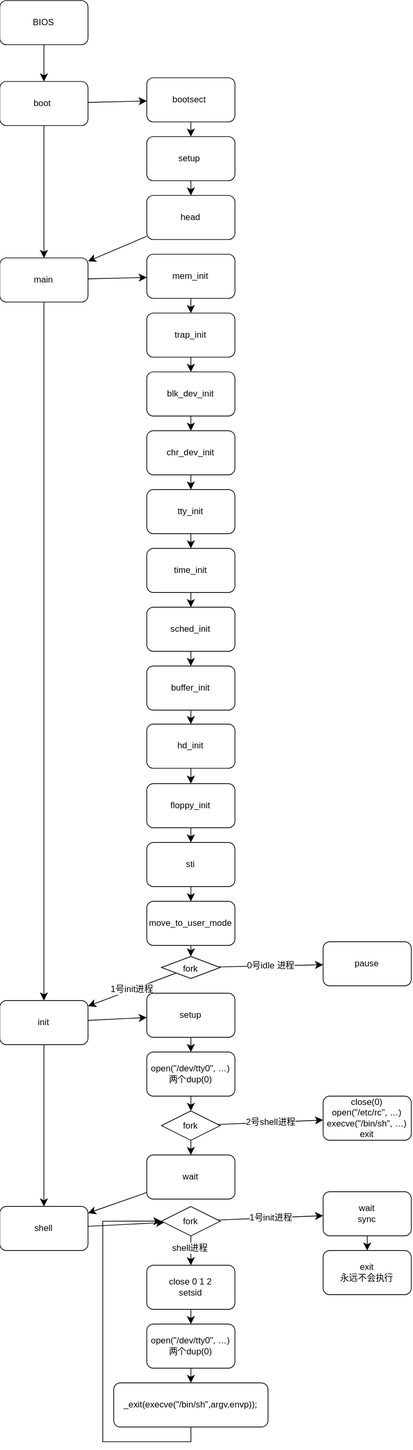
This is Linux 0.11启动流程.drawio.svg from chenxi829/draw_many_pic, a draw.io export, as it was before one commit. Source tidied: cells renumbered, new cells last; positions are measured from the earlier drawing's top-left corner, leaving out a move shared by most shapes.
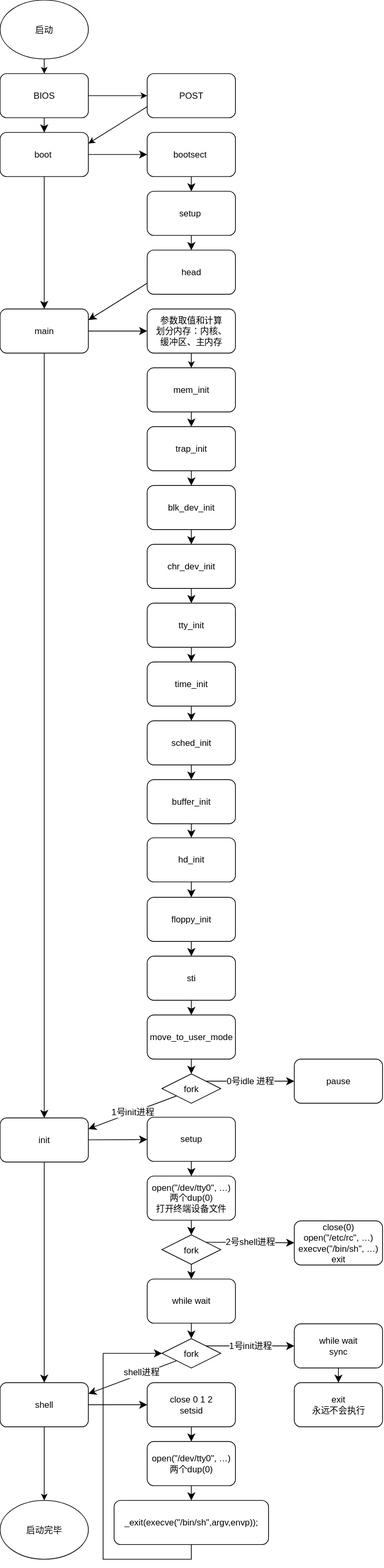
The same file after the commit.

The edit, as a diff of the source:
```diff
@@ -3,6 +3,5 @@
     <mxCell id="0" />
-    <mxCell id="1" parent="0" />
     <mxCell id="2" value="总流程" parent="0" />
     <mxCell id="3" value="BIOS" style="rounded=1;whiteSpace=wrap;html=1;" parent="2" vertex="1">
-      <mxGeometry width="120" height="60" as="geometry" />
+      <mxGeometry x="380" y="290" width="120" height="60" as="geometry" />
     </mxCell>
@@ -11,3 +10,3 @@
     </mxCell>
-    <mxCell id="5" style="rounded=0;jettySize=auto;html=1;fontSize=12;startSize=8;endSize=8;" parent="2" edge="1" source="10" target="13">
+    <mxCell id="5" style="rounded=0;jettySize=auto;html=1;fontSize=12;startSize=8;endSize=8;exitX=0;exitY=0.75;exitDx=0;exitDy=0;entryX=1;entryY=0.25;entryDx=0;entryDy=0;" parent="2" edge="1" source="10" target="13">
       <mxGeometry relative="1" as="geometry" />
@@ -15,3 +14,3 @@
     <mxCell id="6" value="boot&amp;nbsp;" style="rounded=1;whiteSpace=wrap;html=1;" parent="2" vertex="1">
-      <mxGeometry y="110" width="120" height="60" as="geometry" />
+      <mxGeometry x="380" y="370" width="120" height="60" as="geometry" />
     </mxCell>
@@ -21,9 +20,9 @@
     <mxCell id="8" value="bootsect&amp;nbsp;" style="rounded=1;whiteSpace=wrap;html=1;" parent="2" vertex="1">
-      <mxGeometry x="200" y="105" width="120" height="60" as="geometry" />
+      <mxGeometry x="580" y="370" width="120" height="60" as="geometry" />
     </mxCell>
     <mxCell id="9" value="setup&amp;nbsp;" style="rounded=1;whiteSpace=wrap;html=1;" parent="2" vertex="1">
-      <mxGeometry x="200" y="185" width="120" height="60" as="geometry" />
+      <mxGeometry x="580" y="450" width="120" height="60" as="geometry" />
     </mxCell>
     <mxCell id="10" value="head" style="rounded=1;whiteSpace=wrap;html=1;" parent="2" vertex="1">
-      <mxGeometry x="200" y="265" width="120" height="60" as="geometry" />
+      <mxGeometry x="580" y="530" width="120" height="60" as="geometry" />
     </mxCell>
@@ -36,9 +35,9 @@
     <mxCell id="13" value="main" style="whiteSpace=wrap;html=1;rounded=1;" parent="2" vertex="1">
-      <mxGeometry y="350" width="120" height="60" as="geometry" />
+      <mxGeometry x="380" y="610" width="120" height="60" as="geometry" />
     </mxCell>
     <mxCell id="14" value="mem_init" style="rounded=1;whiteSpace=wrap;html=1;" parent="2" vertex="1">
-      <mxGeometry x="200" y="345" width="120" height="60" as="geometry" />
+      <mxGeometry x="580" y="690" width="120" height="60" as="geometry" />
     </mxCell>
     <mxCell id="15" value="trap_init" style="rounded=1;whiteSpace=wrap;html=1;" parent="2" vertex="1">
-      <mxGeometry x="200" y="425" width="120" height="60" as="geometry" />
+      <mxGeometry x="580" y="770" width="120" height="60" as="geometry" />
     </mxCell>
@@ -47,34 +46,34 @@
     </mxCell>
-    <mxCell id="17" style="endArrow=classic;html=1;rounded=0;fontSize=12;startSize=8;endSize=8;curved=1;" parent="2" edge="1" source="13" target="14">
-      <mxGeometry relative="1" as="geometry" />
-    </mxCell>
+    <mxCell id="73" style="endArrow=classic;html=1;rounded=0;fontSize=12;startSize=8;endSize=8;curved=1;entryX=0;entryY=0.5;entryDx=0;entryDy=0;" parent="2" edge="1" source="13" target="94">
+      <mxGeometry relative="1" as="geometry" />
+    </mxCell>
     <mxCell id="18" value="blk_dev_init" style="rounded=1;whiteSpace=wrap;html=1;" parent="2" vertex="1">
-      <mxGeometry x="200" y="505" width="120" height="60" as="geometry" />
+      <mxGeometry x="580" y="850" width="120" height="60" as="geometry" />
     </mxCell>
     <mxCell id="19" value="chr_dev_init" style="rounded=1;whiteSpace=wrap;html=1;" parent="2" vertex="1">
-      <mxGeometry x="200" y="585" width="120" height="60" as="geometry" />
+      <mxGeometry x="580" y="930" width="120" height="60" as="geometry" />
     </mxCell>
     <mxCell id="20" value="tty_init" style="rounded=1;whiteSpace=wrap;html=1;" parent="2" vertex="1">
-      <mxGeometry x="200" y="665" width="120" height="60" as="geometry" />
+      <mxGeometry x="580" y="1010" width="120" height="60" as="geometry" />
     </mxCell>
     <mxCell id="21" value="time_init" style="rounded=1;whiteSpace=wrap;html=1;" parent="2" vertex="1">
-      <mxGeometry x="200" y="745" width="120" height="60" as="geometry" />
+      <mxGeometry x="580" y="1090" width="120" height="60" as="geometry" />
     </mxCell>
     <mxCell id="22" value="sched_init" style="rounded=1;whiteSpace=wrap;html=1;" parent="2" vertex="1">
-      <mxGeometry x="200" y="825" width="120" height="60" as="geometry" />
+      <mxGeometry x="580" y="1170" width="120" height="60" as="geometry" />
     </mxCell>
     <mxCell id="23" value="buffer_init" style="rounded=1;whiteSpace=wrap;html=1;" parent="2" vertex="1">
-      <mxGeometry x="200" y="905" width="120" height="60" as="geometry" />
+      <mxGeometry x="580" y="1250" width="120" height="60" as="geometry" />
     </mxCell>
     <mxCell id="24" value="hd_init" style="rounded=1;whiteSpace=wrap;html=1;" parent="2" vertex="1">
-      <mxGeometry x="200" y="984" width="120" height="60" as="geometry" />
+      <mxGeometry x="580" y="1329" width="120" height="60" as="geometry" />
     </mxCell>
     <mxCell id="25" value="floppy_init" style="rounded=1;whiteSpace=wrap;html=1;" parent="2" vertex="1">
-      <mxGeometry x="200" y="1065" width="120" height="60" as="geometry" />
+      <mxGeometry x="580" y="1410" width="120" height="60" as="geometry" />
     </mxCell>
     <mxCell id="26" value="sti" style="rounded=1;whiteSpace=wrap;html=1;" parent="2" vertex="1">
-      <mxGeometry x="200" y="1145" width="120" height="60" as="geometry" />
+      <mxGeometry x="580" y="1490" width="120" height="60" as="geometry" />
     </mxCell>
     <mxCell id="27" value="move_to_user_mode" style="rounded=1;whiteSpace=wrap;html=1;" parent="2" vertex="1">
-      <mxGeometry x="200" y="1225" width="120" height="60" as="geometry" />
+      <mxGeometry x="580" y="1570" width="120" height="60" as="geometry" />
     </mxCell>
@@ -95,3 +94,3 @@
     </mxCell>
-    <mxCell id="33" style="endArrow=classic;html=1;rounded=0;fontSize=12;startSize=8;endSize=8;curved=1;" parent="2" edge="1" source="21" target="22">
+    <mxCell id="33" style="endArrow=classic;html=1;rounded=0;fontSize=12;startSize=8;endSize=8;curved=1;entryX=0.5;entryY=0;entryDx=0;entryDy=0;" parent="2" edge="1" source="21" target="22">
       <mxGeometry relative="1" as="geometry" />
@@ -117,3 +116,3 @@
     <mxCell id="40" value="init" style="rounded=1;whiteSpace=wrap;html=1;" parent="2" vertex="1">
-      <mxGeometry y="1360" width="120" height="60" as="geometry" />
+      <mxGeometry x="380" y="1710" width="120" height="60" as="geometry" />
     </mxCell>
@@ -122,9 +121,9 @@
     </mxCell>
-    <mxCell id="42" value="fork" style="rhombus;whiteSpace=wrap;html=1;shapeInside=1;" parent="2" vertex="1">
-      <mxGeometry x="220" y="1300" width="80" height="30" as="geometry" />
-    </mxCell>
-    <mxCell id="43" style="endArrow=classic;html=1;rounded=0;fontSize=12;startSize=8;endSize=8;curved=1;" parent="2" edge="1" source="27" target="42">
-      <mxGeometry relative="1" as="geometry" />
-    </mxCell>
+    <mxCell id="74" value="fork" style="rhombus;whiteSpace=wrap;html=1;shapeInside=1;" parent="2" vertex="1">
+      <mxGeometry x="600" y="1650" width="80" height="40" as="geometry" />
+    </mxCell>
+    <mxCell id="75" style="endArrow=classic;html=1;rounded=0;fontSize=12;startSize=8;endSize=8;curved=1;" parent="2" edge="1" source="27" target="74">
+      <mxGeometry relative="1" as="geometry" />
+    </mxCell>
-    <mxCell id="44" value="0号idle 进程" style="endArrow=classic;html=1;rounded=0;fontSize=12;startSize=8;endSize=8;curved=1;" parent="2" edge="1" source="42" target="45">
+    <mxCell id="44" value="0号idle 进程" style="endArrow=classic;html=1;rounded=0;fontSize=12;startSize=8;endSize=8;curved=1;exitX=1;exitY=0;exitDx=0;exitDy=0;" parent="2" edge="1" source="74" target="45">
       <mxGeometry relative="1" as="geometry" />
@@ -132,12 +131,12 @@
     <mxCell id="45" value="pause" style="rounded=1;whiteSpace=wrap;html=1;" parent="2" vertex="1">
-      <mxGeometry x="440" y="1280" width="120" height="60" as="geometry" />
+      <mxGeometry x="780" y="1630" width="120" height="60" as="geometry" />
     </mxCell>
-    <mxCell id="46" value="1号init进程" style="endArrow=classic;html=1;rounded=0;fontSize=12;startSize=8;endSize=8;curved=1;" parent="2" edge="1" source="42" target="40">
-      <mxGeometry relative="1" as="geometry" />
-    </mxCell>
-    <mxCell id="47" style="edgeStyle=none;curved=1;rounded=0;jettySize=auto;html=1;fontSize=12;startSize=8;endSize=8;" parent="2" edge="1" source="48" target="51">
-      <mxGeometry relative="1" as="geometry" />
-    </mxCell>
+    <mxCell id="76" value="1号init进程" style="endArrow=classic;html=1;rounded=0;fontSize=12;startSize=8;endSize=8;curved=1;exitX=0;exitY=1;exitDx=0;exitDy=0;entryX=1;entryY=0.25;entryDx=0;entryDy=0;" parent="2" edge="1" source="74" target="40">
+      <mxGeometry relative="1" as="geometry" />
+    </mxCell>
+    <mxCell id="77" style="edgeStyle=none;curved=1;rounded=0;jettySize=auto;html=1;fontSize=12;startSize=8;endSize=8;" parent="2" edge="1" source="48" target="79">
+      <mxGeometry relative="1" as="geometry" />
+    </mxCell>
     <mxCell id="48" value="setup" style="rounded=1;whiteSpace=wrap;html=1;" parent="2" vertex="1">
-      <mxGeometry x="200" y="1350" width="120" height="60" as="geometry" />
+      <mxGeometry x="580" y="1709" width="120" height="60" as="geometry" />
     </mxCell>
@@ -146,77 +145,104 @@
     </mxCell>
-    <mxCell id="50" style="edgeStyle=none;curved=1;rounded=0;jettySize=auto;html=1;fontSize=12;startSize=8;endSize=8;" parent="2" edge="1" source="51" target="54">
-      <mxGeometry relative="1" as="geometry" />
-    </mxCell>
-    <mxCell id="51" value="open(&quot;/dev/tty0&quot;, …)&lt;div&gt;两个dup(0)&lt;/div&gt;" style="whiteSpace=wrap;html=1;rounded=1;" parent="2" vertex="1">
-      <mxGeometry x="200" y="1430" width="120" height="60" as="geometry" />
-    </mxCell>
+    <mxCell id="78" style="edgeStyle=none;curved=1;rounded=0;jettySize=auto;html=1;fontSize=12;startSize=8;endSize=8;" parent="2" edge="1" source="79" target="81">
+      <mxGeometry relative="1" as="geometry" />
+    </mxCell>
+    <mxCell id="79" value="open(&quot;/dev/tty0&quot;, …)&lt;div&gt;两个dup(0)&lt;/div&gt;&lt;div&gt;打开终端设备文件&lt;/div&gt;" style="whiteSpace=wrap;html=1;rounded=1;" parent="2" vertex="1">
+      <mxGeometry x="580" y="1789" width="120" height="60" as="geometry" />
+    </mxCell>
-    <mxCell id="52" value="2号shell进程" style="edgeStyle=none;curved=1;rounded=0;jettySize=auto;html=1;fontSize=12;startSize=8;endSize=8;" parent="2" edge="1" source="54" target="56">
+    <mxCell id="52" value="2号shell进程" style="edgeStyle=none;curved=1;rounded=0;jettySize=auto;html=1;fontSize=12;startSize=8;endSize=8;exitX=1;exitY=0;exitDx=0;exitDy=0;" parent="2" edge="1" source="81" target="56">
       <mxGeometry relative="1" as="geometry" />
     </mxCell>
-    <mxCell id="53" style="edgeStyle=none;curved=1;rounded=0;jettySize=auto;html=1;fontSize=12;startSize=8;endSize=8;" parent="2" edge="1" source="54" target="58">
-      <mxGeometry relative="1" as="geometry" />
-    </mxCell>
-    <mxCell id="54" value="fork" style="rhombus;whiteSpace=wrap;html=1;shapeInside=1;" parent="2" vertex="1">
-      <mxGeometry x="220" y="1510" width="80" height="40" as="geometry" />
-    </mxCell>
+    <mxCell id="80" style="edgeStyle=none;curved=1;rounded=0;jettySize=auto;html=1;fontSize=12;startSize=8;endSize=8;" parent="2" edge="1" source="81" target="83">
+      <mxGeometry relative="1" as="geometry" />
+    </mxCell>
+    <mxCell id="81" value="fork" style="rhombus;whiteSpace=wrap;html=1;shapeInside=1;" parent="2" vertex="1">
+      <mxGeometry x="600" y="1869" width="80" height="40" as="geometry" />
+    </mxCell>
     <mxCell id="55" value="shell" style="whiteSpace=wrap;html=1;rounded=1;" parent="2" vertex="1">
-      <mxGeometry y="1640" width="120" height="60" as="geometry" />
+      <mxGeometry x="380" y="2070" width="120" height="60" as="geometry" />
     </mxCell>
     <mxCell id="56" value="close(0)&lt;div&gt;open(&quot;/etc/rc&quot;, …)&lt;/div&gt;&lt;div&gt;execve(&quot;/bin/sh&quot;, …)&lt;br&gt;&lt;/div&gt;&lt;div&gt;exit&lt;/div&gt;" style="rounded=1;whiteSpace=wrap;html=1;" parent="2" vertex="1">
-      <mxGeometry x="440" y="1490" width="120" height="60" as="geometry" />
+      <mxGeometry x="780" y="1850" width="120" height="60" as="geometry" />
     </mxCell>
-    <mxCell id="57" style="edgeStyle=none;curved=1;rounded=0;jettySize=auto;html=1;fontSize=12;startSize=8;endSize=8;" parent="2" edge="1" source="55" target="63">
-      <mxGeometry relative="1" as="geometry" />
-    </mxCell>
-    <mxCell id="58" value="wait" style="rounded=1;whiteSpace=wrap;html=1;" parent="2" vertex="1">
-      <mxGeometry x="200" y="1570" width="120" height="60" as="geometry" />
-    </mxCell>
-    <mxCell id="59" style="endArrow=classic;html=1;rounded=0;fontSize=12;startSize=8;endSize=8;curved=1;" parent="2" edge="1" source="58" target="55">
-      <mxGeometry relative="1" as="geometry" />
-    </mxCell>
-    <mxCell id="60" value="1号init进程" style="edgeStyle=none;curved=1;rounded=0;jettySize=auto;html=1;fontSize=12;startSize=8;endSize=8;" parent="2" edge="1" source="63" target="65">
-      <mxGeometry relative="1" as="geometry" />
-    </mxCell>
-    <mxCell id="61" style="edgeStyle=none;curved=1;rounded=0;jettySize=auto;html=1;fontSize=12;startSize=8;endSize=8;" parent="2" edge="1" source="63" target="67">
-      <mxGeometry relative="1" as="geometry" />
-    </mxCell>
+    <mxCell id="82" style="edgeStyle=none;curved=1;rounded=0;jettySize=auto;html=1;fontSize=12;startSize=8;endSize=8;entryX=0;entryY=0.5;entryDx=0;entryDy=0;exitX=1;exitY=0.5;exitDx=0;exitDy=0;" parent="2" edge="1" source="55" target="67">
+      <mxGeometry relative="1" as="geometry" />
+    </mxCell>
+    <mxCell id="83" value="while wait" style="rounded=1;whiteSpace=wrap;html=1;" parent="2" vertex="1">
+      <mxGeometry x="580" y="1929" width="120" height="60" as="geometry" />
+    </mxCell>
+    <mxCell id="84" style="endArrow=classic;html=1;rounded=0;fontSize=12;startSize=8;endSize=8;curved=1;entryX=0.5;entryY=0;entryDx=0;entryDy=0;" parent="2" edge="1" source="83" target="87">
+      <mxGeometry relative="1" as="geometry" />
+    </mxCell>
+    <mxCell id="85" value="1号init进程" style="edgeStyle=none;curved=1;rounded=0;jettySize=auto;html=1;fontSize=12;startSize=8;endSize=8;exitX=1;exitY=0;exitDx=0;exitDy=0;" parent="2" edge="1" source="87" target="89">
+      <mxGeometry relative="1" as="geometry" />
+    </mxCell>
+    <mxCell id="86" style="edgeStyle=none;curved=1;rounded=0;jettySize=auto;html=1;fontSize=12;startSize=8;endSize=8;entryX=1;entryY=0.25;entryDx=0;entryDy=0;exitX=0;exitY=1;exitDx=0;exitDy=0;" parent="2" edge="1" source="87" target="55">
+      <mxGeometry relative="1" as="geometry" />
+    </mxCell>
-    <mxCell id="62" value="shell进程" style="edgeLabel;html=1;align=center;verticalAlign=middle;fontSize=12;" parent="61" vertex="1">
+    <mxCell id="62" value="shell进程" style="edgeLabel;html=1;align=center;verticalAlign=middle;fontSize=12;" parent="86" vertex="1">
       <mxGeometry x="-0.22" y="-2" relative="1" as="geometry" />
     </mxCell>
-    <mxCell id="63" value="fork" style="rhombus;whiteSpace=wrap;html=1;shapeInside=1;" parent="2" vertex="1">
-      <mxGeometry x="220" y="1640" width="80" height="40" as="geometry" />
-    </mxCell>
-    <mxCell id="64" style="edgeStyle=none;curved=1;rounded=0;jettySize=auto;html=1;fontSize=12;startSize=8;endSize=8;" parent="2" edge="1" source="65" target="72">
-      <mxGeometry relative="1" as="geometry" />
-    </mxCell>
-    <mxCell id="65" value="wait&lt;div&gt;sync&lt;/div&gt;" style="rounded=1;whiteSpace=wrap;html=1;" parent="2" vertex="1">
-      <mxGeometry x="440" y="1620" width="120" height="60" as="geometry" />
-    </mxCell>
-    <mxCell id="66" style="edgeStyle=none;curved=1;rounded=0;jettySize=auto;html=1;fontSize=12;startSize=8;endSize=8;" parent="2" edge="1" source="67" target="69">
-      <mxGeometry relative="1" as="geometry" />
-    </mxCell>
+    <mxCell id="87" value="fork" style="rhombus;whiteSpace=wrap;html=1;shapeInside=1;" parent="2" vertex="1">
+      <mxGeometry x="600" y="2010" width="80" height="40" as="geometry" />
+    </mxCell>
+    <mxCell id="88" style="edgeStyle=none;curved=1;rounded=0;jettySize=auto;html=1;fontSize=12;startSize=8;endSize=8;" parent="2" edge="1" source="89" target="72">
+      <mxGeometry relative="1" as="geometry" />
+    </mxCell>
+    <mxCell id="89" value="while wait&lt;div&gt;sync&lt;/div&gt;" style="rounded=1;whiteSpace=wrap;html=1;" parent="2" vertex="1">
+      <mxGeometry x="780" y="1990" width="120" height="60" as="geometry" />
+    </mxCell>
+    <mxCell id="90" style="edgeStyle=none;curved=1;rounded=0;jettySize=auto;html=1;fontSize=12;startSize=8;endSize=8;" parent="2" edge="1" source="67" target="92">
+      <mxGeometry relative="1" as="geometry" />
+    </mxCell>
     <mxCell id="67" value="close 0 1 2&lt;div&gt;setsid&lt;/div&gt;" style="rounded=1;whiteSpace=wrap;html=1;" parent="2" vertex="1">
-      <mxGeometry x="200" y="1720" width="120" height="60" as="geometry" />
+      <mxGeometry x="580" y="2070" width="120" height="60" as="geometry" />
     </mxCell>
-    <mxCell id="68" style="edgeStyle=none;curved=1;rounded=0;jettySize=auto;html=1;fontSize=12;startSize=8;endSize=8;" parent="2" edge="1" source="69" target="70">
-      <mxGeometry relative="1" as="geometry" />
-    </mxCell>
-    <mxCell id="69" value="open(&quot;/dev/tty0&quot;, …)&lt;div&gt;两个dup(0)&lt;/div&gt;" style="whiteSpace=wrap;html=1;rounded=1;" parent="2" vertex="1">
-      <mxGeometry x="200" y="1800" width="120" height="60" as="geometry" />
-    </mxCell>
+    <mxCell id="91" style="edgeStyle=none;curved=1;rounded=0;jettySize=auto;html=1;fontSize=12;startSize=8;endSize=8;" parent="2" edge="1" source="92" target="70">
+      <mxGeometry relative="1" as="geometry" />
+    </mxCell>
+    <mxCell id="92" value="open(&quot;/dev/tty0&quot;, …)&lt;div&gt;两个dup(0)&lt;/div&gt;" style="whiteSpace=wrap;html=1;rounded=1;" parent="2" vertex="1">
+      <mxGeometry x="580" y="2150" width="120" height="60" as="geometry" />
+    </mxCell>
     <mxCell id="70" value="_exit(execve(&quot;/bin/sh&quot;,argv,envp));" style="whiteSpace=wrap;html=1;rounded=1;" parent="2" vertex="1">
-      <mxGeometry x="155" y="1880" width="210" height="60" as="geometry" />
+      <mxGeometry x="535" y="2230" width="210" height="60" as="geometry" />
     </mxCell>
-    <mxCell id="71" style="endArrow=classic;html=1;rounded=0;fontSize=12;startSize=8;endSize=8;edgeStyle=orthogonalEdgeStyle;entryX=0;entryY=0.5;entryDx=0;entryDy=0;" parent="2" edge="1" source="70" target="63">
-      <mxGeometry relative="1" as="geometry">
-        <Array as="points">
-          <mxPoint x="260" y="1960" />
-          <mxPoint x="140.1" y="1960" />
-          <mxPoint x="140.1" y="1660" />
-        </Array>
-      </mxGeometry>
-    </mxCell>
+    <mxCell id="93" style="endArrow=classic;html=1;rounded=0;fontSize=12;startSize=8;endSize=8;edgeStyle=orthogonalEdgeStyle;" parent="2" edge="1" source="70" target="87">
+      <mxGeometry relative="1" as="geometry">
+        <Array as="points">
+          <mxPoint x="640" y="2310" />
+          <mxPoint x="520.1" y="2310" />
+          <mxPoint x="520.1" y="2030.1" />
+        </Array>
+      </mxGeometry>
+    </mxCell>
     <mxCell id="72" value="exit&lt;div&gt;永远不会执行&lt;/div&gt;" style="whiteSpace=wrap;html=1;rounded=1;" parent="2" vertex="1">
-      <mxGeometry x="440" y="1700" width="120" height="60" as="geometry" />
+      <mxGeometry x="780" y="2070" width="120" height="60" as="geometry" />
     </mxCell>
+    <mxCell id="94" value="参数取值和计算&lt;div&gt;划分内存：内核、&lt;/div&gt;&lt;div&gt;缓冲区、主内存&lt;/div&gt;" style="rounded=1;whiteSpace=wrap;html=1;" parent="2" vertex="1">
+      <mxGeometry x="580" y="610" width="120" height="60" as="geometry" />
+    </mxCell>
+    <mxCell id="95" value="启动" style="ellipse;whiteSpace=wrap;html=1;shapeInside=1;" parent="2" vertex="1">
+      <mxGeometry x="380" y="190" width="120" height="80" as="geometry" />
+    </mxCell>
+    <mxCell id="96" style="endArrow=classic;html=1;rounded=0;exitX=0.5;exitY=1;exitDx=0;exitDy=0;entryX=0.5;entryY=0;entryDx=0;entryDy=0;" parent="2" edge="1" source="94" target="14">
+      <mxGeometry relative="1" as="geometry" />
+    </mxCell>
+    <mxCell id="97" value="启动完毕" style="ellipse;whiteSpace=wrap;html=1;shapeInside=1;" parent="2" vertex="1">
+      <mxGeometry x="380" y="2230" width="120" height="80" as="geometry" />
+    </mxCell>
+    <mxCell id="98" style="endArrow=classic;html=1;rounded=0;exitX=0.5;exitY=1;exitDx=0;exitDy=0;entryX=0.5;entryY=0;entryDx=0;entryDy=0;" parent="2" edge="1" source="55" target="97">
+      <mxGeometry relative="1" as="geometry" />
+    </mxCell>
+    <mxCell id="99" style="endArrow=classic;html=1;rounded=0;exitX=0.5;exitY=1;exitDx=0;exitDy=0;entryX=0.5;entryY=0;entryDx=0;entryDy=0;" parent="2" edge="1" source="95" target="3">
+      <mxGeometry relative="1" as="geometry" />
+    </mxCell>
+    <mxCell id="100" value="POST" style="rounded=1;whiteSpace=wrap;html=1;" parent="2" vertex="1">
+      <mxGeometry x="580" y="290" width="120" height="60" as="geometry" />
+    </mxCell>
+    <mxCell id="101" style="endArrow=classic;html=1;rounded=0;exitX=1;exitY=0.5;exitDx=0;exitDy=0;entryX=0;entryY=0.5;entryDx=0;entryDy=0;" parent="2" edge="1" source="3" target="100">
+      <mxGeometry relative="1" as="geometry" />
+    </mxCell>
+    <mxCell id="102" style="endArrow=classic;html=1;rounded=0;exitX=0;exitY=0.75;exitDx=0;exitDy=0;entryX=1;entryY=0.25;entryDx=0;entryDy=0;" parent="2" edge="1" source="100" target="6">
+      <mxGeometry relative="1" as="geometry" />
+    </mxCell>
   </root>
```
